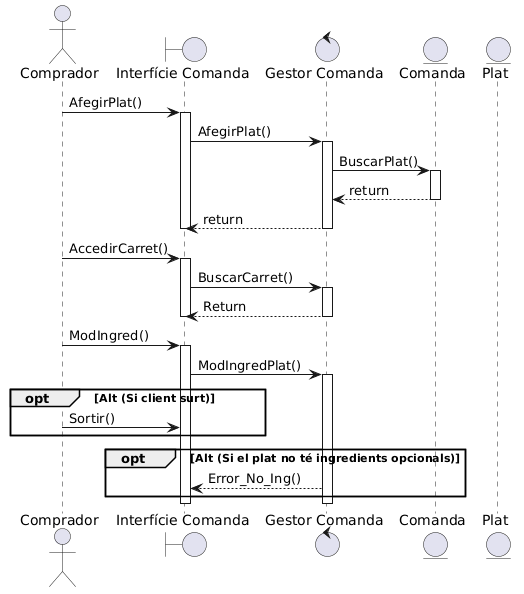
The PlantUML diagram documents/diagrames_seq/DS-Modificar_Ingredients_Opcionals.png in PauGarciaRuiz/ES26UAB-431-07, before a commit. The source it was exported from:
```plantuml
@startuml
actor Comprador
boundary "Interfície Comanda"
control "Gestor Comanda"
entity Comanda
entity Plat

Comprador -> "Interfície Comanda" : AfegirPlat()
activate "Interfície Comanda"

"Interfície Comanda" -> "Gestor Comanda" : AfegirPlat()
activate "Gestor Comanda"

"Gestor Comanda" -> Comanda : BuscarPlat()
activate Comanda

Comanda --> "Gestor Comanda" : return
deactivate Comanda

"Gestor Comanda" --> "Interfície Comanda" : return
deactivate "Gestor Comanda"
deactivate "Interfície Comanda"

Comprador -> "Interfície Comanda" : AccedirCarret()
activate "Interfície Comanda"

"Interfície Comanda" -> "Gestor Comanda" : BuscarCarret()
activate "Gestor Comanda"

"Gestor Comanda" --> "Interfície Comanda" : Return
deactivate "Gestor Comanda"
deactivate "Interfície Comanda"

Comprador -> "Interfície Comanda" : ModIngred()
activate "Interfície Comanda"

"Interfície Comanda" -> "Gestor Comanda" : ModIngredPlat()
activate "Gestor Comanda"

opt Alt (Si client surt)
    Comprador -> "Interfície Comanda" : Sortir()
end

opt Alt (Si el plat no té ingredients opcionals)
    "Gestor Comanda" --> "Interfície Comanda" : Error_No_Ing()
end

deactivate "Gestor Comanda"
deactivate "Interfície Comanda"
@enduml
```
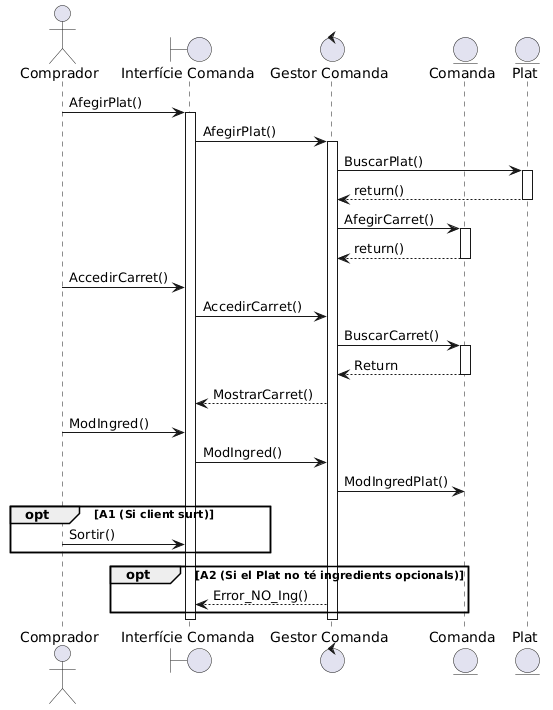
Above is the later version.

The edit, as a diff of the source:
```diff
@@ -11,40 +11,42 @@
 "Interfície Comanda" -> "Gestor Comanda" : AfegirPlat()
 activate "Gestor Comanda"
 
-"Gestor Comanda" -> Comanda : BuscarPlat()
+"Gestor Comanda" -> Plat : BuscarPlat()
+activate Plat
+Plat --> "Gestor Comanda" : return()
+deactivate Plat
+
+"Gestor Comanda" -> Comanda : AfegirCarret()
 activate Comanda
-
-Comanda --> "Gestor Comanda" : return
+Comanda --> "Gestor Comanda" : return()
 deactivate Comanda
 
-"Gestor Comanda" --> "Interfície Comanda" : return
-deactivate "Gestor Comanda"
-deactivate "Interfície Comanda"
+Comprador -> "Interfície Comanda" : AccedirCarret()
 
-Comprador -> "Interfície Comanda" : AccedirCarret()
-activate "Interfície Comanda"
+"Interfície Comanda" -> "Gestor Comanda" : AccedirCarret()
 
-"Interfície Comanda" -> "Gestor Comanda" : BuscarCarret()
-activate "Gestor Comanda"
+"Gestor Comanda" -> Comanda : BuscarCarret()
+activate Comanda
+Comanda --> "Gestor Comanda" : Return
+deactivate Comanda
 
-"Gestor Comanda" --> "Interfície Comanda" : Return
-deactivate "Gestor Comanda"
-deactivate "Interfície Comanda"
+"Gestor Comanda" --> "Interfície Comanda" : MostrarCarret()
 
 Comprador -> "Interfície Comanda" : ModIngred()
-activate "Interfície Comanda"
 
-"Interfície Comanda" -> "Gestor Comanda" : ModIngredPlat()
-activate "Gestor Comanda"
+"Interfície Comanda" -> "Gestor Comanda" : ModIngred()
 
-opt Alt (Si client surt)
+"Gestor Comanda" -> Comanda : ModIngredPlat()
+
+opt A1 (Si client surt)
     Comprador -> "Interfície Comanda" : Sortir()
 end
 
-opt Alt (Si el plat no té ingredients opcionals)
-    "Gestor Comanda" --> "Interfície Comanda" : Error_No_Ing()
+opt A2 (Si el Plat no té ingredients opcionals)
+    "Gestor Comanda" --> "Interfície Comanda" : Error_NO_Ing()
 end
 
+deactivate Plat
 deactivate "Gestor Comanda"
 deactivate "Interfície Comanda"
 @enduml
```
